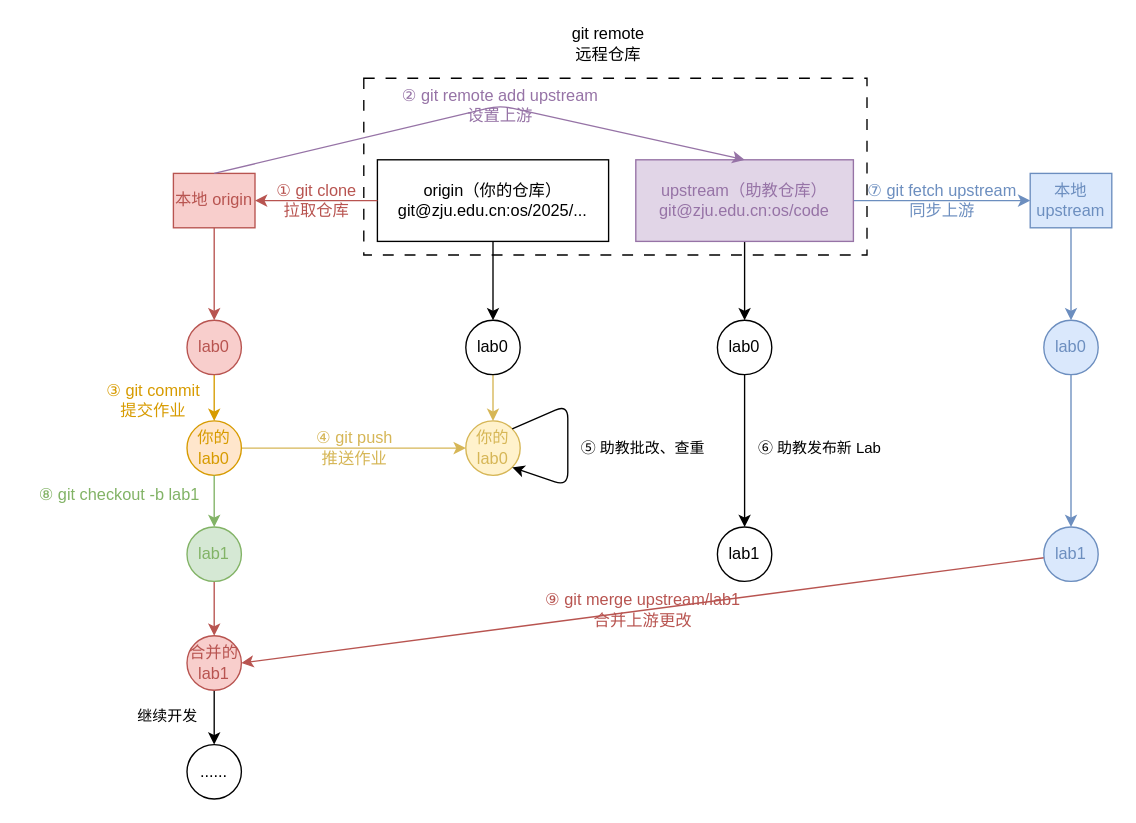
Earlier version of the draw.io diagram docs/lab0.assets/git.drawio (hharryz/zju-os-doc). Source tidied: cells renumbered, new cells numbered last; positions are measured from the earlier drawing's top-left corner, leaving out a move shared by most shapes. Both pictures are drawn from the tidied source at 136%, with x=0, y=0 at pixel (23, 23).
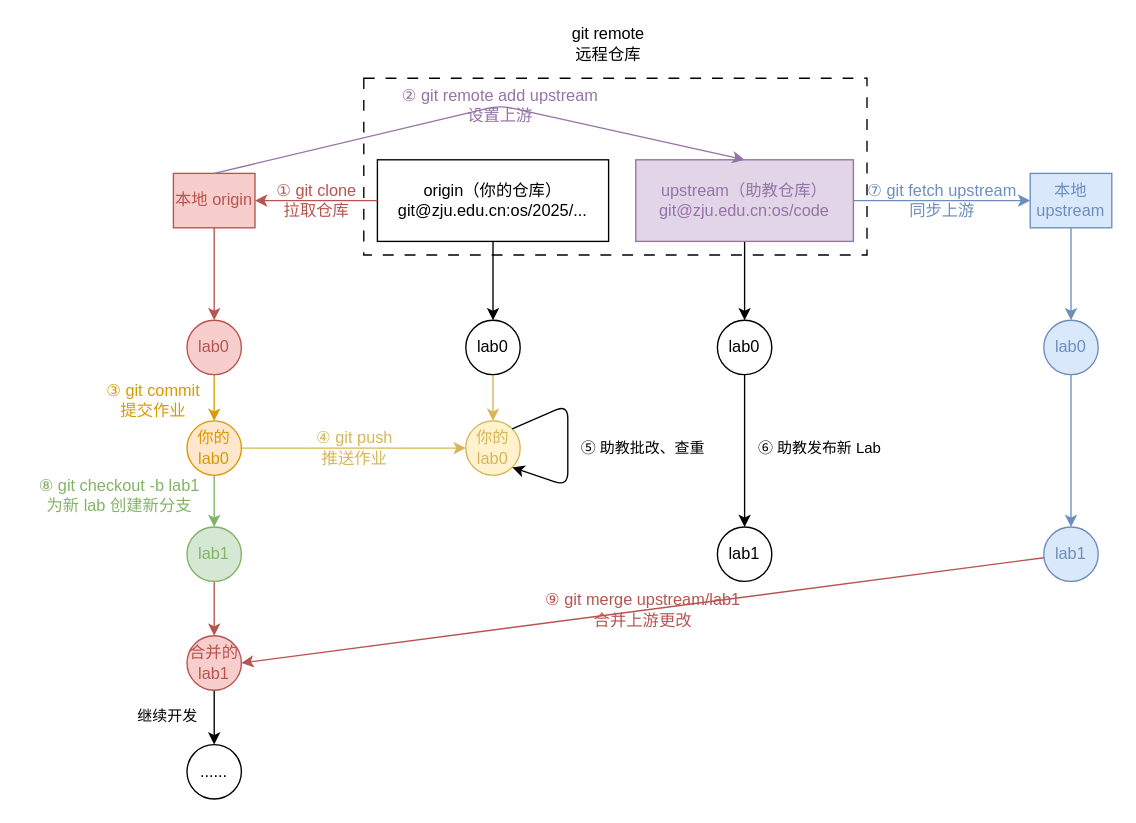
The same page after the edit.

Change to the diagram source:
```diff
@@
-    <mxCell id="27" value="⑧ git checkout -b lab1" style="text;html=1;align=center;verticalAlign=middle;strokeColor=none;fillColor=none;fontColor=#82B366;" parent="1" vertex="1">
-      <mxGeometry y="332" width="140" height="30" as="geometry" />
+    <mxCell id="27" value="&lt;font style=&quot;color: rgb(130, 179, 102);&quot;&gt;⑧ git checkout -b lab1&lt;/font&gt;&lt;div&gt;&lt;font style=&quot;color: rgb(130, 179, 102);&quot;&gt;为新 lab 创建新分支&lt;/font&gt;&lt;/div&gt;" style="text;html=1;align=center;verticalAlign=middle;strokeColor=none;fillColor=none;fontColor=#82B366;" parent="1" vertex="1">
+      <mxGeometry y="327" width="140" height="40" as="geometry" />
     </mxCell>
```
